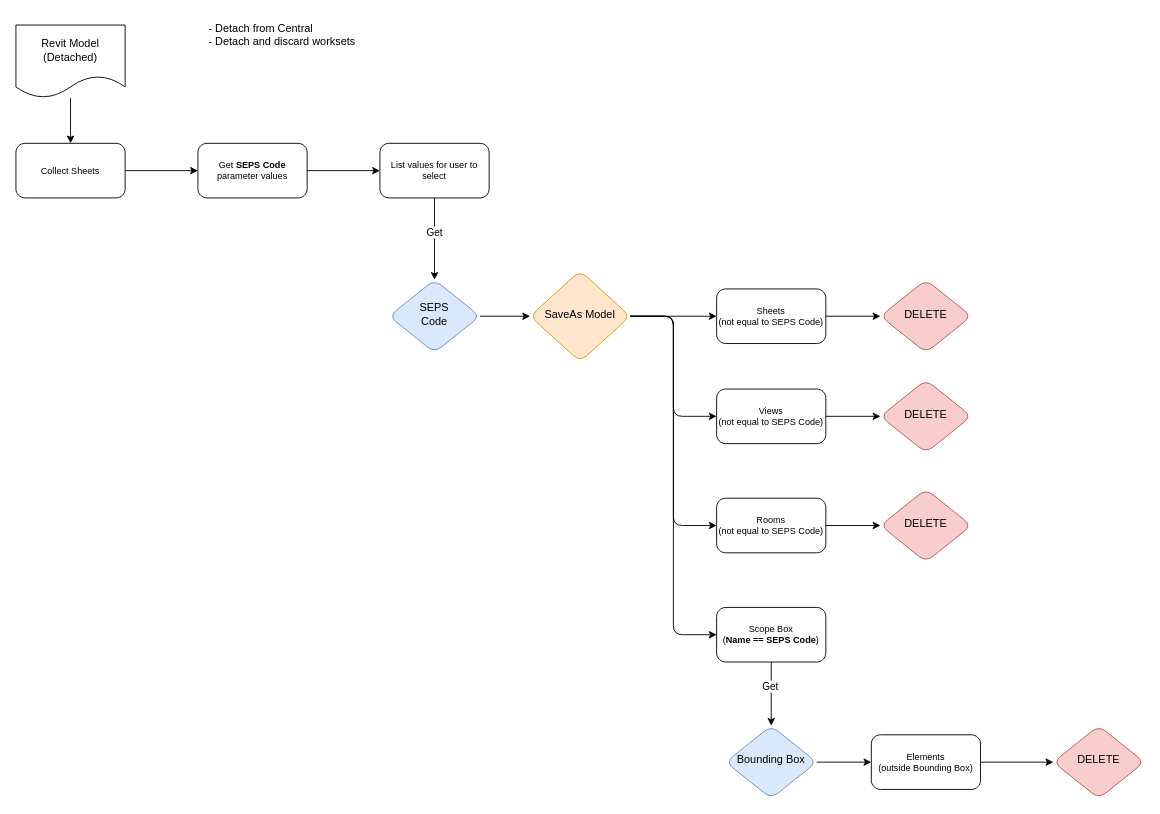
kyleguggy13/FFE-pyRevit keeps this draw.io diagram as page "Current" (1 of 2) of FFE-pyRevit.extension/FFE-pyRevit.tab/DesignTools.panel/DesignGuideModelSplitter.pushbutton/pyRevit_ModelSplit_Logic.drawio. Above is the earlier version. Source tidied: cells renumbered, new cells numbered last; positions are measured from the earlier drawing's top-left corner, leaving out a move shared by most shapes. Both pictures are drawn from the tidied source at 91%, with x=0, y=0 at pixel (15, 15).
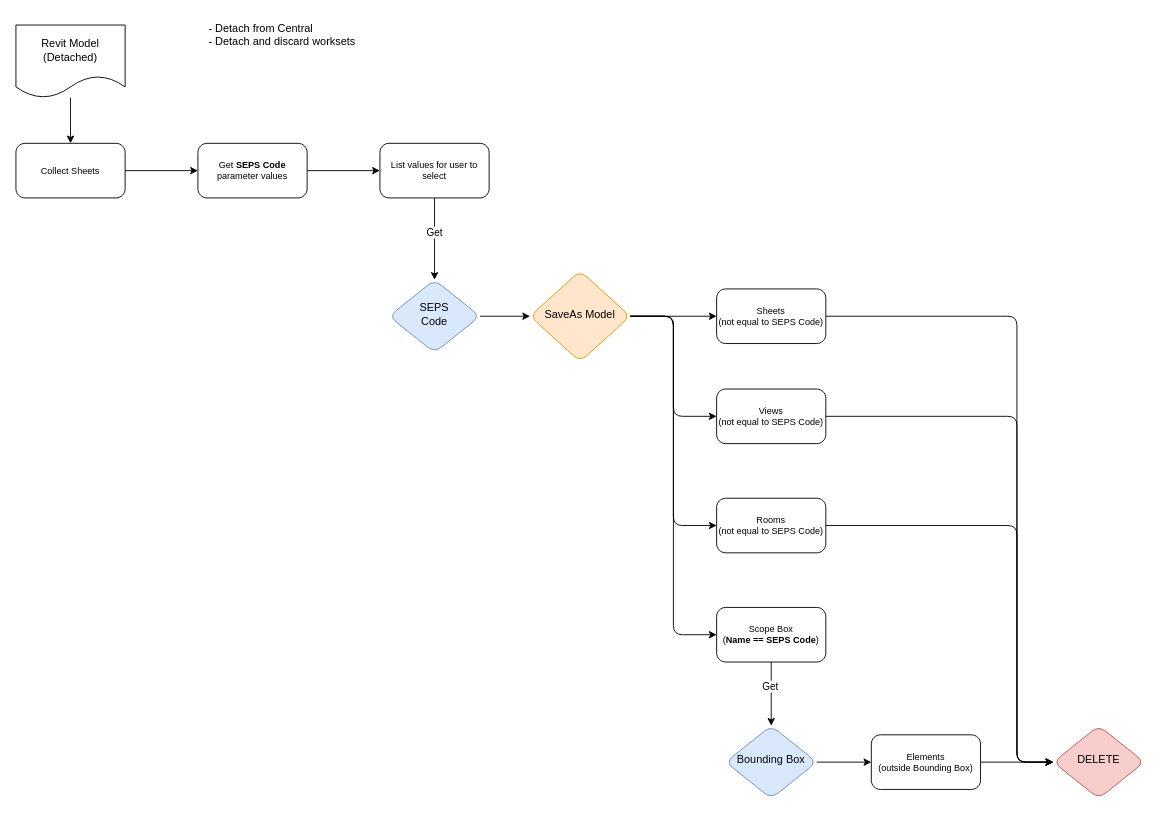
The same diagram, later.

The change refers to these unchanged cells:
```xml
<mxCell id="2" value="Collect Sheets" style="points=[[0.25,0,0],[0.5,0,0],[0.75,0,0],[1,0.25,0],[1,0.5,0],[1,0.75,0],[0.75,1,0],[0.5,1,0],[0.25,1,0],[0,0.75,0],[0,0.5,0],[0,0.25,0]];shape=mxgraph.bpmn.task;whiteSpace=wrap;rectStyle=rounded;size=10;html=1;taskMarker=abstract;rounded=1;comic=0;fontSize=10;startSize=30;isLoopComp=0;bpmnShapeType=task;verticalAlign=middle;labelBackgroundColor=none;" parent="1" vertex="1">
  <mxGeometry y="140" width="120" height="60" as="geometry" />
</mxCell>
<mxCell id="10" value="Views&lt;br&gt;(not equal to SEPS Code)" style="points=[[0.25,0,0],[0.5,0,0],[0.75,0,0],[1,0.25,0],[1,0.5,0],[1,0.75,0],[0.75,1,0],[0.5,1,0],[0.25,1,0],[0,0.75,0],[0,0.5,0],[0,0.25,0]];shape=mxgraph.bpmn.task;whiteSpace=wrap;rectStyle=rounded;size=10;html=1;taskMarker=abstract;rounded=1;comic=0;fontSize=10;startSize=30;isLoopComp=0;bpmnShapeType=task;verticalAlign=middle;labelBackgroundColor=none;" parent="1" vertex="1">
  <mxGeometry x="770" y="410" width="120" height="60" as="geometry" />
</mxCell>
<mxCell id="20" value="DELETE" style="rhombus;whiteSpace=wrap;html=1;shadow=0;fontFamily=Helvetica;fontSize=12;align=center;strokeWidth=1;spacing=6;spacingTop=-4;rounded=1;labelBackgroundColor=none;verticalAlign=middle;fillColor=#f8cecc;strokeColor=#b85450;" parent="1" vertex="1">
  <mxGeometry x="1140" y="780" width="100" height="80" as="geometry" />
</mxCell>
<mxCell id="23" value="Sheets&lt;br&gt;(not equal to SEPS Code)" style="points=[[0.25,0,0],[0.5,0,0],[0.75,0,0],[1,0.25,0],[1,0.5,0],[1,0.75,0],[0.75,1,0],[0.5,1,0],[0.25,1,0],[0,0.75,0],[0,0.5,0],[0,0.25,0]];shape=mxgraph.bpmn.task;whiteSpace=wrap;rectStyle=rounded;size=10;html=1;taskMarker=abstract;rounded=1;comic=0;fontSize=10;startSize=30;isLoopComp=0;bpmnShapeType=task;verticalAlign=middle;labelBackgroundColor=none;" parent="1" vertex="1">
  <mxGeometry x="770" y="300" width="120" height="60" as="geometry" />
</mxCell>
<mxCell id="35" value="Rooms&lt;br&gt;(not equal to SEPS Code)" style="points=[[0.25,0,0],[0.5,0,0],[0.75,0,0],[1,0.25,0],[1,0.5,0],[1,0.75,0],[0.75,1,0],[0.5,1,0],[0.25,1,0],[0,0.75,0],[0,0.5,0],[0,0.25,0]];shape=mxgraph.bpmn.task;whiteSpace=wrap;rectStyle=rounded;size=10;html=1;taskMarker=abstract;rounded=1;comic=0;fontSize=10;startSize=30;isLoopComp=0;bpmnShapeType=task;verticalAlign=middle;labelBackgroundColor=none;" parent="1" vertex="1">
  <mxGeometry x="770" y="530" width="120" height="60" as="geometry" />
</mxCell>
```

Diff of the diagram source:
```diff
@@
-    <mxCell id="9" style="edgeStyle=orthogonalEdgeStyle;rounded=0;jettySize=auto;html=1;entryX=0;entryY=0.5;entryDx=0;entryDy=0;" parent="1" edge="1" source="10" target="33">
-      <mxGeometry relative="1" as="geometry" />
-    </mxCell>
+    <mxCell id="38" style="edgeStyle=orthogonalEdgeStyle;rounded=1;jettySize=auto;html=1;entryX=0;entryY=0.5;entryDx=0;entryDy=0;" parent="1" edge="1" source="10" target="20">
+      <mxGeometry relative="1" as="geometry">
+        <Array as="points">
+          <mxPoint x="1100" y="440" />
+          <mxPoint x="1100" y="820" />
+        </Array>
+      </mxGeometry>
+    </mxCell>
@@
-    <mxCell id="22" style="edgeStyle=orthogonalEdgeStyle;rounded=1;jettySize=auto;html=1;entryX=0;entryY=0.5;entryDx=0;entryDy=0;" parent="1" edge="1" source="23" target="24">
-      <mxGeometry relative="1" as="geometry" />
-    </mxCell>
+    <mxCell id="39" style="edgeStyle=orthogonalEdgeStyle;rounded=1;jettySize=auto;html=1;entryX=0;entryY=0.5;entryDx=0;entryDy=0;" parent="1" edge="1" source="23" target="20">
+      <mxGeometry relative="1" as="geometry">
+        <Array as="points">
+          <mxPoint x="1100" y="330" />
+          <mxPoint x="1100" y="820" />
+        </Array>
+      </mxGeometry>
+    </mxCell>
@@
-    <mxCell id="24" value="DELETE" style="rhombus;whiteSpace=wrap;html=1;shadow=0;fontFamily=Helvetica;fontSize=12;align=center;strokeWidth=1;spacing=6;spacingTop=-4;rounded=1;labelBackgroundColor=none;verticalAlign=middle;fillColor=#f8cecc;strokeColor=#b85450;fontStyle=0;" parent="1" vertex="1">
-      <mxGeometry x="950" y="290" width="100" height="80" as="geometry" />
-    </mxCell>
@@
-    <mxCell id="30" value="Revit Model&lt;div&gt;(Detached)&lt;/div&gt;" style="shape=document;whiteSpace=wrap;html=1;boundedLbl=1;" parent="1" vertex="1">
+    <mxCell id="30" value="Revit Model&lt;div&gt;(Detached)&lt;/div&gt;" style="shape=document;whiteSpace=wrap;html=1;boundedLbl=1;rounded=1;" parent="1" vertex="1">
       <mxGeometry y="10" width="120" height="80" as="geometry" />
     </mxCell>
-    <mxCell id="31" style="edgeStyle=orthogonalEdgeStyle;rounded=0;jettySize=auto;html=1;entryX=0.5;entryY=0;entryDx=0;entryDy=0;entryPerimeter=0;" parent="1" edge="1" source="30" target="2">
+    <mxCell id="31" style="edgeStyle=orthogonalEdgeStyle;rounded=1;jettySize=auto;html=1;entryX=0.5;entryY=0;entryDx=0;entryDy=0;entryPerimeter=0;" parent="1" edge="1" source="30" target="2">
       <mxGeometry relative="1" as="geometry" />
     </mxCell>
-    <mxCell id="32" value="- Detach from Central&lt;div&gt;- Detach and discard worksets&lt;/div&gt;" style="text;html=1;whiteSpace=wrap;strokeColor=none;fillColor=none;align=left;verticalAlign=top;rounded=0;" parent="1" vertex="1">
+    <mxCell id="32" value="- Detach from Central&lt;div&gt;- Detach and discard worksets&lt;/div&gt;" style="text;html=1;whiteSpace=wrap;strokeColor=none;fillColor=none;align=left;verticalAlign=top;rounded=1;" parent="1" vertex="1">
       <mxGeometry x="210" width="250" height="80" as="geometry" />
     </mxCell>
-    <mxCell id="33" value="DELETE" style="rhombus;whiteSpace=wrap;html=1;shadow=0;fontFamily=Helvetica;fontSize=12;align=center;strokeWidth=1;spacing=6;spacingTop=-4;rounded=1;labelBackgroundColor=none;verticalAlign=middle;fillColor=#f8cecc;strokeColor=#b85450;" parent="1" vertex="1">
-      <mxGeometry x="950" y="400" width="100" height="80" as="geometry" />
-    </mxCell>
-    <mxCell id="34" style="edgeStyle=orthogonalEdgeStyle;rounded=0;jettySize=auto;html=1;entryX=0;entryY=0.5;entryDx=0;entryDy=0;" parent="1" edge="1" source="35" target="36">
-      <mxGeometry relative="1" as="geometry" />
-    </mxCell>
+    <mxCell id="40" style="edgeStyle=orthogonalEdgeStyle;rounded=1;jettySize=auto;html=1;entryX=0;entryY=0.5;entryDx=0;entryDy=0;" parent="1" edge="1" source="35" target="20">
+      <mxGeometry relative="1" as="geometry">
+        <Array as="points">
+          <mxPoint x="1100" y="560" />
+          <mxPoint x="1100" y="820" />
+        </Array>
+      </mxGeometry>
+    </mxCell>
@@
-    <mxCell id="36" value="DELETE" style="rhombus;whiteSpace=wrap;html=1;shadow=0;fontFamily=Helvetica;fontSize=12;align=center;strokeWidth=1;spacing=6;spacingTop=-4;rounded=1;labelBackgroundColor=none;verticalAlign=middle;fillColor=#f8cecc;strokeColor=#b85450;" parent="1" vertex="1">
-      <mxGeometry x="950" y="520" width="100" height="80" as="geometry" />
-    </mxCell>
```
